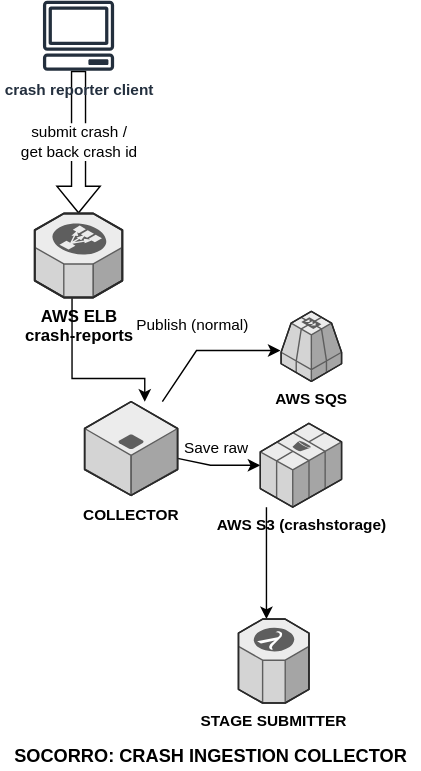
This is docs/drawio/antenna_architecture.drawio.svg from mozilla-services/antenna, a draw.io export, as it was before one commit. Source tidied: cells renumbered, new cells last; positions are measured from the earlier drawing's top-left corner, leaving out a move shared by most shapes.
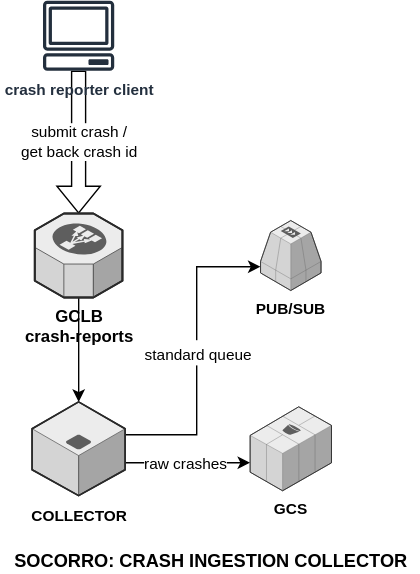
The same file after the commit.

Commit message:
bug-1933191: update architecture diagram for GCP (#1143)

* bug-1933191: update architecture diagram for GCP

* change AWS ELB to GCLB

What changed in the source:
```diff
@@ -5,67 +5,57 @@
     <mxCell id="2" value="submit crash / &lt;br&gt;get back crash id" style="shape=flexArrow;endArrow=classic;html=1;rounded=0;fillColor=default;startArrow=none;startFill=0;" parent="1" edge="1" source="7" target="10">
       <mxGeometry relative="1" as="geometry" />
     </mxCell>
-    <mxCell id="3" style="endArrow=classic;html=1;rounded=0;fontSize=15;" parent="1" edge="1" source="11">
+    <mxCell id="3" style="endArrow=classic;html=1;rounded=0;fontSize=15;edgeStyle=orthogonalEdgeStyle;" parent="1" edge="1" source="11" target="12">
       <mxGeometry relative="1" as="geometry">
-        <mxPoint x="200" y="250" as="targetPoint" />
         <Array as="points">
-          <mxPoint x="140" y="250" />
+          <mxPoint x="140" y="310" />
+          <mxPoint x="140" y="190" />
         </Array>
       </mxGeometry>
     </mxCell>
-    <mxCell id="4" value="&lt;font style=&quot;font-size: 11px&quot;&gt;Publish (normal)&lt;/font&gt;" style="edgeLabel;html=1;align=center;verticalAlign=middle;fontSize=15;" parent="3" vertex="1">
+    <mxCell id="4" value="&lt;font style=&quot;font-size: 11px&quot;&gt;standard queue&lt;br&gt;&lt;/font&gt;" style="edgeLabel;html=1;align=center;verticalAlign=middle;fontSize=15;" parent="3" vertex="1">
       <mxGeometry x="-0.16" y="2" relative="1" as="geometry">
-        <mxPoint x="-4" y="-19" as="offset" />
+        <mxPoint x="2" y="-20" as="offset" />
       </mxGeometry>
     </mxCell>
-    <mxCell id="5" style="endArrow=classic;html=1;rounded=0;fontSize=15;" parent="1" edge="1" source="11" target="14">
+    <mxCell id="5" style="endArrow=classic;html=1;rounded=0;fontSize=15;edgeStyle=orthogonalEdgeStyle;" parent="1" edge="1" source="11" target="14">
       <mxGeometry relative="1" as="geometry">
         <Array as="points">
-          <mxPoint x="150" y="332.1" />
+          <mxPoint x="150" y="330" />
+          <mxPoint x="150" y="330" />
         </Array>
       </mxGeometry>
     </mxCell>
-    <mxCell id="6" value="&lt;font style=&quot;font-size: 11px&quot;&gt;Save raw&lt;/font&gt;" style="edgeLabel;html=1;align=center;verticalAlign=middle;fontSize=15;" parent="5" vertex="1">
+    <mxCell id="6" value="&lt;font style=&quot;font-size: 11px&quot;&gt;raw crashes&lt;br&gt;&lt;/font&gt;" style="edgeLabel;html=1;align=center;verticalAlign=middle;fontSize=15;" parent="5" vertex="1">
       <mxGeometry x="-0.16" y="2" relative="1" as="geometry">
-        <mxPoint x="3" y="-13" as="offset" />
+        <mxPoint x="5" as="offset" />
       </mxGeometry>
     </mxCell>
     <mxCell id="7" value="&lt;font style=&quot;font-size: 11px&quot;&gt;&lt;b&gt;crash reporter client&lt;/b&gt;&lt;/font&gt;" style="sketch=0;outlineConnect=0;fontColor=#232F3E;gradientColor=none;fillColor=#232F3D;strokeColor=none;dashed=0;verticalLabelPosition=bottom;verticalAlign=top;align=center;html=1;fontSize=12;fontStyle=0;shape=mxgraph.aws4.client;" parent="1" vertex="1">
       <mxGeometry x="30" width="51.3" height="50" as="geometry" />
     </mxCell>
-    <mxCell id="8" style="edgeStyle=orthogonalEdgeStyle;rounded=0;jettySize=auto;html=1;" parent="1" edge="1" source="14" target="13">
-      <mxGeometry relative="1" as="geometry">
-        <Array as="points">
-          <mxPoint x="190" y="410.1" />
-          <mxPoint x="190" y="410.1" />
-        </Array>
-      </mxGeometry>
-    </mxCell>
     <mxCell id="9" style="edgeStyle=orthogonalEdgeStyle;rounded=0;jumpStyle=arc;jettySize=auto;html=1;fontSize=11;startArrow=none;startFill=0;" parent="1" edge="1" source="10" target="11">
       <mxGeometry relative="1" as="geometry">
         <Array as="points">
-          <mxPoint x="51" y="270" />
-          <mxPoint x="103" y="270" />
+          <mxPoint x="56" y="240" />
+          <mxPoint x="56" y="240" />
         </Array>
       </mxGeometry>
     </mxCell>
-    <mxCell id="10" value="&lt;b&gt;AWS ELB&lt;br&gt;crash-reports&lt;br&gt;&lt;/b&gt;" style="verticalLabelPosition=bottom;html=1;verticalAlign=top;strokeWidth=1;align=center;outlineConnect=0;dashed=0;outlineConnect=0;shape=mxgraph.aws3d.elasticLoadBalancing;fillColor=#ECECEC;strokeColor=#5E5E5E;" parent="1" vertex="1">
+    <mxCell id="10" value="&lt;b&gt;GCLB&lt;br&gt;crash-reports&lt;br&gt;&lt;/b&gt;" style="verticalLabelPosition=bottom;html=1;verticalAlign=top;strokeWidth=1;align=center;outlineConnect=0;dashed=0;outlineConnect=0;shape=mxgraph.aws3d.elasticLoadBalancing;fillColor=#ECECEC;strokeColor=#5E5E5E;" parent="1" vertex="1">
       <mxGeometry x="24.4" y="152" width="62.6" height="60" as="geometry" />
     </mxCell>
     <mxCell id="11" value="&lt;b&gt;&lt;font style=&quot;font-size: 11px&quot;&gt;COLLECTOR&lt;/font&gt;&lt;/b&gt;" style="verticalLabelPosition=bottom;html=1;verticalAlign=top;strokeWidth=1;align=center;outlineConnect=0;dashed=0;outlineConnect=0;shape=mxgraph.aws3d.application_server;fillColor=#ECECEC;strokeColor=#5E5E5E;" parent="1" vertex="1">
-      <mxGeometry x="60" y="286.6" width="66.5" height="67" as="geometry" />
+      <mxGeometry x="22.4" y="286.6" width="66.5" height="67" as="geometry" />
     </mxCell>
-    <mxCell id="12" value="&lt;b&gt;AWS SQS&lt;/b&gt;" style="verticalLabelPosition=bottom;html=1;verticalAlign=top;strokeWidth=1;align=center;outlineConnect=0;dashed=0;outlineConnect=0;shape=mxgraph.aws3d.sqs;fillColor=#ECECEC;strokeColor=#5E5E5E;fontSize=11;" parent="1" vertex="1">
-      <mxGeometry x="200.5" y="222" width="43.2" height="50" as="geometry" />
+    <mxCell id="12" value="&lt;b&gt;PUB/SUB&lt;/b&gt;" style="verticalLabelPosition=bottom;html=1;verticalAlign=top;strokeWidth=1;align=center;outlineConnect=0;dashed=0;outlineConnect=0;shape=mxgraph.aws3d.sqs;fillColor=#ECECEC;strokeColor=#5E5E5E;fontSize=11;" parent="1" vertex="1">
+      <mxGeometry x="185.6" y="157" width="43.2" height="50" as="geometry" />
     </mxCell>
-    <mxCell id="13" value="&lt;b&gt;STAGE SUBMITTER&lt;/b&gt;" style="verticalLabelPosition=bottom;html=1;verticalAlign=top;strokeWidth=1;align=center;outlineConnect=0;dashed=0;outlineConnect=0;shape=mxgraph.aws3d.lambda;fillColor=#ECECEC;strokeColor=#5E5E5E;fontSize=11;" parent="1" vertex="1">
-      <mxGeometry x="170" y="442" width="50.4" height="60" as="geometry" />
-    </mxCell>
-    <mxCell id="14" value="&lt;b&gt;AWS S3 (crashstorage)&lt;br&gt;&lt;/b&gt;" style="verticalLabelPosition=bottom;html=1;verticalAlign=top;strokeWidth=1;align=center;outlineConnect=0;dashed=0;outlineConnect=0;shape=mxgraph.aws3d.s3;fillColor=#ECECEC;strokeColor=#5E5E5E;fontSize=11;" parent="1" vertex="1">
-      <mxGeometry x="185.6" y="302" width="58.1" height="60" as="geometry" />
+    <mxCell id="14" value="&lt;b&gt;GCS&lt;br&gt;&lt;/b&gt;" style="verticalLabelPosition=bottom;html=1;verticalAlign=top;strokeWidth=1;align=center;outlineConnect=0;dashed=0;outlineConnect=0;shape=mxgraph.aws3d.s3;fillColor=#ECECEC;strokeColor=#5E5E5E;fontSize=11;" parent="1" vertex="1">
+      <mxGeometry x="178.2" y="290.1" width="58.1" height="60" as="geometry" />
     </mxCell>
     <mxCell id="15" value="&lt;b&gt;&lt;font style=&quot;font-size: 13px&quot;&gt;SOCORRO: CRASH INGESTION COLLECTOR&lt;/font&gt;&lt;/b&gt;" style="text;html=1;align=center;verticalAlign=middle;fillColor=none;strokeColor=none;rounded=0;fontSize=11;" parent="1" vertex="1">
-      <mxGeometry y="530" width="300" height="20" as="geometry" />
+      <mxGeometry y="390" width="300" height="20" as="geometry" />
     </mxCell>
   </root>
 </mxGraphModel>
```
